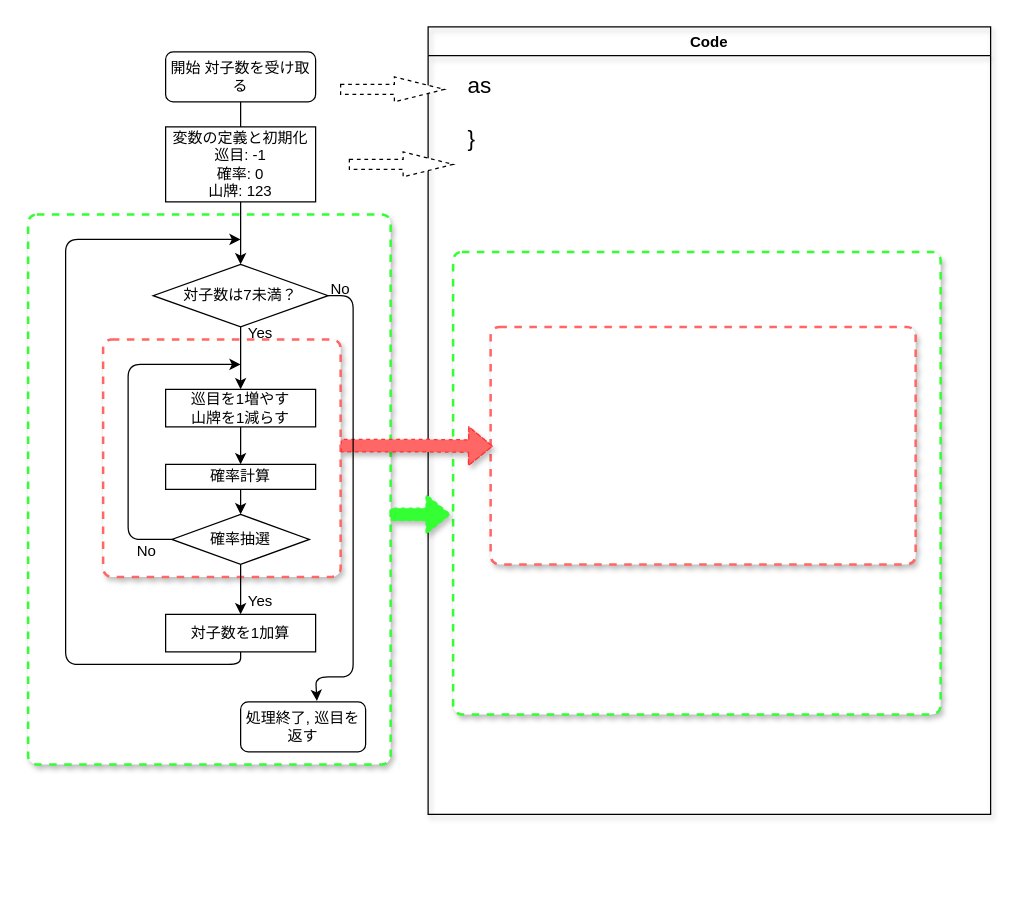
pokochanuwu/Math_IA_Codes keeps this draw.io diagram as Flow Chart for 4_Person.drawio. Above is the earlier version. Source tidied: cells renumbered, new cells numbered last; positions are measured from the earlier drawing's top-left corner, leaving out a move shared by most shapes. Both pictures are drawn from the tidied source at 125%, with x=0, y=0 at pixel (28, 26).
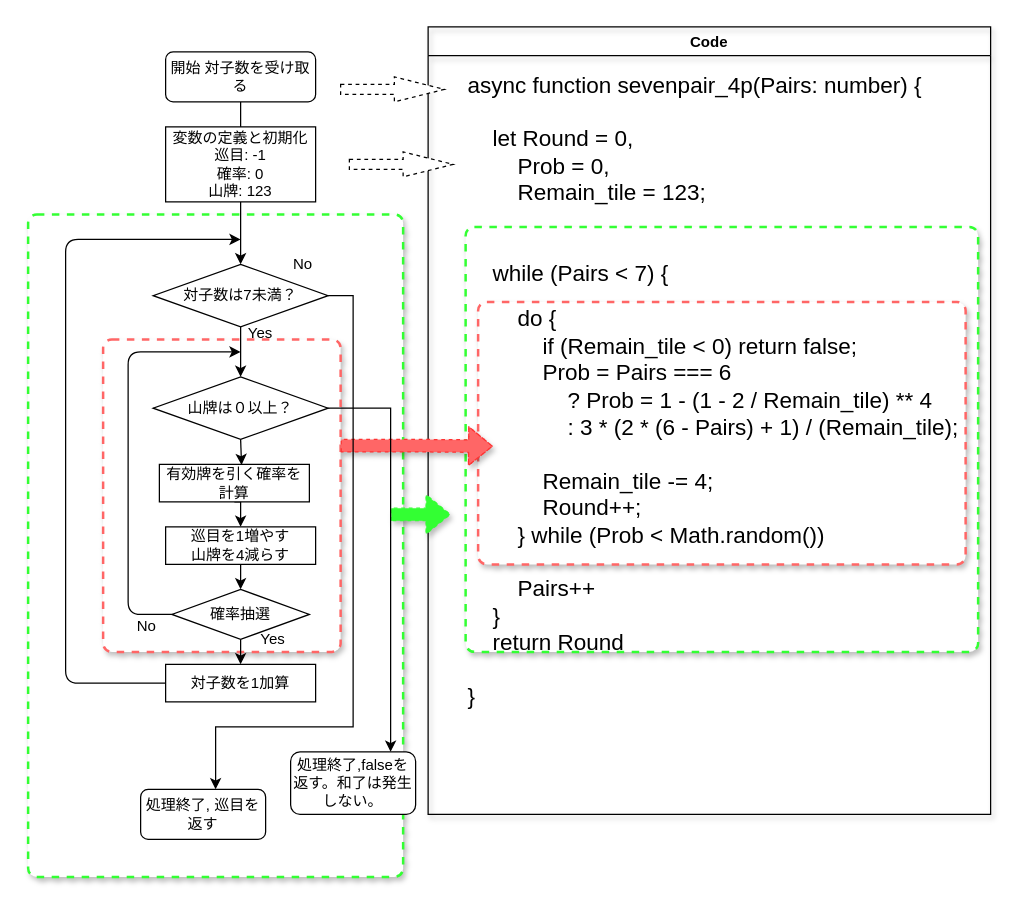
The same diagram, later.

Unchanged cells that the change refers to:
```xml
<mxCell id="3" value="Code" style="swimlane;shadow=1;fillColor=none;" parent="1" vertex="1">
  <mxGeometry x="320" width="450" height="630" as="geometry" />
</mxCell>
<mxCell id="19" value="対子数は7未満？" style="rhombus;whiteSpace=wrap;html=1;" parent="12" vertex="1">
  <mxGeometry x="100" y="190" width="140" height="50" as="geometry" />
</mxCell>
```

The edit, as a diff of the source:
```diff
@@
     <mxCell id="2" style="rounded=1;whiteSpace=wrap;html=1;absoluteArcSize=1;arcSize=14;strokeWidth=2;shadow=1;fillColor=#FFFFFF;strokeColor=#33FF33;dashed=1;" parent="1" vertex="1">
-      <mxGeometry x="340" y="180" width="390" height="370" as="geometry" />
+      <mxGeometry x="350" y="160" width="410" height="340" as="geometry" />
     </mxCell>
@@
     <mxCell id="4" style="rounded=1;whiteSpace=wrap;html=1;absoluteArcSize=1;arcSize=14;strokeWidth=2;shadow=1;fillColor=#FFFFFF;strokeColor=#FF6666;dashed=1;" parent="3" vertex="1">
-      <mxGeometry x="50" y="240" width="340" height="190" as="geometry" />
+      <mxGeometry x="40" y="220" width="390" height="210" as="geometry" />
     </mxCell>
-    <mxCell id="5" value="&lt;div&gt;&lt;div&gt;&lt;span style=&quot;font-size: 18px&quot;&gt;as&lt;/span&gt;&lt;/div&gt;&lt;div&gt;&lt;span style=&quot;font-size: 18px&quot;&gt;&lt;br&gt;&lt;/span&gt;&lt;/div&gt;&lt;div&gt;&lt;span style=&quot;font-size: 18px&quot;&gt;}&lt;/span&gt;&lt;/div&gt;&lt;/div&gt;" style="text;html=1;align=left;verticalAlign=top;strokeColor=none;fillColor=none;" parent="3" vertex="1">
-      <mxGeometry x="30" y="30" width="30" height="50" as="geometry" />
+    <mxCell id="5" value="&lt;div&gt;&lt;span style=&quot;font-size: 18px&quot;&gt;async function sevenpair_4p(Pairs: number) {&lt;/span&gt;&lt;/div&gt;&lt;div&gt;&lt;span style=&quot;font-size: 18px&quot;&gt;&lt;br&gt;&lt;/span&gt;&lt;/div&gt;&lt;div&gt;&lt;span style=&quot;font-size: 18px&quot;&gt;&amp;nbsp; &amp;nbsp; let Round = 0,&lt;/span&gt;&lt;/div&gt;&lt;div&gt;&lt;span style=&quot;font-size: 18px&quot;&gt;&amp;nbsp; &amp;nbsp; &amp;nbsp; &amp;nbsp; Prob = 0,&lt;/span&gt;&lt;/div&gt;&lt;div&gt;&lt;span style=&quot;font-size: 18px&quot;&gt;&amp;nbsp; &amp;nbsp; &amp;nbsp; &amp;nbsp; Remain_tile = 123;&amp;nbsp;&lt;/span&gt;&lt;/div&gt;&lt;div&gt;&lt;span style=&quot;font-size: 18px&quot;&gt;&amp;nbsp; &amp;nbsp;&amp;nbsp;&lt;/span&gt;&lt;/div&gt;&lt;div&gt;&lt;span style=&quot;font-size: 18px&quot;&gt;&lt;br&gt;&lt;/span&gt;&lt;/div&gt;&lt;div&gt;&lt;span style=&quot;font-size: 18px&quot;&gt;&amp;nbsp; &amp;nbsp; while (Pairs &amp;lt; 7) {&lt;/span&gt;&lt;/div&gt;&lt;div&gt;&lt;br&gt;&lt;/div&gt;&lt;div&gt;&lt;span style=&quot;font-size: 18px&quot;&gt;&amp;nbsp; &amp;nbsp; &amp;nbsp; &amp;nbsp; do {&lt;/span&gt;&lt;/div&gt;&lt;div&gt;&lt;span style=&quot;font-size: 18px&quot;&gt;&amp;nbsp; &amp;nbsp; &amp;nbsp; &amp;nbsp; &amp;nbsp; &amp;nbsp; if (Remain_tile &amp;lt; 0) return false;&lt;/span&gt;&lt;/div&gt;&lt;div&gt;&lt;span style=&quot;font-size: 18px&quot;&gt;&amp;nbsp; &amp;nbsp; &amp;nbsp; &amp;nbsp; &amp;nbsp; &amp;nbsp; Prob = Pairs === 6&lt;/span&gt;&lt;/div&gt;&lt;div&gt;&lt;span style=&quot;font-size: 18px&quot;&gt;&amp;nbsp; &amp;nbsp; &amp;nbsp; &amp;nbsp; &amp;nbsp; &amp;nbsp; &amp;nbsp; &amp;nbsp; ? Prob = 1 - (1 - 2 / Remain_tile) ** 4&lt;/span&gt;&lt;/div&gt;&lt;div&gt;&lt;span style=&quot;font-size: 18px&quot;&gt;&amp;nbsp; &amp;nbsp; &amp;nbsp; &amp;nbsp; &amp;nbsp; &amp;nbsp; &amp;nbsp; &amp;nbsp; : 3 * (2 * (6 - Pairs) + 1) / (Remain_tile);&lt;/span&gt;&lt;/div&gt;&lt;div&gt;&lt;span style=&quot;font-size: 18px&quot;&gt;&amp;nbsp; &amp;nbsp; &amp;nbsp; &amp;nbsp; &amp;nbsp; &amp;nbsp;&amp;nbsp;&lt;/span&gt;&lt;/div&gt;&lt;div&gt;&lt;span style=&quot;font-size: 18px&quot;&gt;&amp;nbsp; &amp;nbsp; &amp;nbsp; &amp;nbsp; &amp;nbsp; &amp;nbsp; Remain_tile -= 4;&amp;nbsp;&lt;/span&gt;&lt;/div&gt;&lt;div&gt;&lt;span style=&quot;font-size: 18px&quot;&gt;&amp;nbsp; &amp;nbsp; &amp;nbsp; &amp;nbsp; &amp;nbsp; &amp;nbsp; Round++;&amp;nbsp;&lt;/span&gt;&lt;/div&gt;&lt;div&gt;&lt;span style=&quot;font-size: 18px&quot;&gt;&amp;nbsp; &amp;nbsp; &amp;nbsp; &amp;nbsp; } while (Prob &amp;lt; Math.random())&lt;/span&gt;&lt;/div&gt;&lt;div&gt;&lt;span style=&quot;font-size: 18px&quot;&gt;&lt;br&gt;&lt;/span&gt;&lt;/div&gt;&lt;div&gt;&lt;span style=&quot;font-size: 18px&quot;&gt;&amp;nbsp; &amp;nbsp; &amp;nbsp; &amp;nbsp; Pairs++&lt;/span&gt;&lt;/div&gt;&lt;div&gt;&lt;span style=&quot;font-size: 18px&quot;&gt;&amp;nbsp; &amp;nbsp; }&amp;nbsp; &amp;nbsp;&amp;nbsp;&lt;/span&gt;&lt;/div&gt;&lt;div&gt;&lt;span style=&quot;font-size: 18px&quot;&gt;&amp;nbsp; &amp;nbsp; return Round&lt;/span&gt;&lt;/div&gt;&lt;div&gt;&lt;span style=&quot;font-size: 18px&quot;&gt;&lt;br&gt;&lt;/span&gt;&lt;/div&gt;&lt;div&gt;&lt;span style=&quot;font-size: 18px&quot;&gt;}&lt;/span&gt;&lt;/div&gt;" style="text;html=1;align=left;verticalAlign=top;strokeColor=none;fillColor=none;" parent="3" vertex="1">
+      <mxGeometry x="30" y="30" width="410" height="390" as="geometry" />
     </mxCell>
     <mxCell id="6" style="rounded=1;whiteSpace=wrap;html=1;absoluteArcSize=1;arcSize=14;strokeWidth=2;shadow=1;fillColor=#FFFFFF;strokeColor=#33FF33;dashed=1;" parent="1" vertex="1">
-      <mxGeometry y="150" width="290" height="440" as="geometry" />
+      <mxGeometry y="150" width="300" height="530" as="geometry" />
     </mxCell>
     <mxCell id="7" style="rounded=1;whiteSpace=wrap;html=1;absoluteArcSize=1;arcSize=14;strokeWidth=2;shadow=1;fillColor=#FFFFFF;strokeColor=#FF6666;dashed=1;" parent="1" vertex="1">
-      <mxGeometry x="60" y="250" width="190" height="190" as="geometry" />
+      <mxGeometry x="60" y="250" width="190" height="250" as="geometry" />
     </mxCell>
@@
-    <mxCell id="17" style="edgeStyle=orthogonalEdgeStyle;rounded=1;sketch=0;jettySize=auto;html=1;entryX=0.5;entryY=0;entryDx=0;entryDy=0;" parent="12" edge="1" source="19" target="24">
-      <mxGeometry relative="1" as="geometry" />
-    </mxCell>
-    <mxCell id="18" style="edgeStyle=orthogonalEdgeStyle;rounded=1;sketch=0;jettySize=auto;html=1;entryX=0.61;entryY=-0.019;entryDx=0;entryDy=0;exitX=1;exitY=0.5;exitDx=0;exitDy=0;entryPerimeter=0;" parent="12" edge="1" source="19" target="20">
-      <mxGeometry relative="1" as="geometry">
-        <Array as="points">
-          <mxPoint x="260" y="215" />
-          <mxPoint x="260" y="520" />
-          <mxPoint x="230" y="520" />
-          <mxPoint x="230" y="539" />
-        </Array>
-      </mxGeometry>
-    </mxCell>
+    <mxCell id="34" style="edgeStyle=orthogonalEdgeStyle;rounded=0;jettySize=auto;html=1;" parent="12" edge="1" source="19" target="40">
+      <mxGeometry relative="1" as="geometry" />
+    </mxCell>
+    <mxCell id="35" style="edgeStyle=orthogonalEdgeStyle;rounded=0;jettySize=auto;html=1;exitX=1;exitY=0.5;exitDx=0;exitDy=0;" parent="12" edge="1" source="19">
+      <mxGeometry relative="1" as="geometry">
+        <mxPoint x="150" y="610" as="targetPoint" />
+        <Array as="points">
+          <mxPoint x="260" y="215" />
+          <mxPoint x="260" y="560" />
+          <mxPoint x="150" y="560" />
+        </Array>
+      </mxGeometry>
+    </mxCell>
@@
     <mxCell id="20" value="処理終了, 巡目を返す" style="rounded=1;whiteSpace=wrap;html=1;sketch=0;" parent="12" vertex="1">
-      <mxGeometry x="170" y="540" width="100" height="40" as="geometry" />
+      <mxGeometry x="90" y="610" width="100" height="40" as="geometry" />
     </mxCell>
-    <mxCell id="21" style="edgeStyle=orthogonalEdgeStyle;rounded=1;sketch=0;jettySize=auto;html=1;entryX=0.5;entryY=0;entryDx=0;entryDy=0;" parent="12" edge="1" source="22" target="27">
-      <mxGeometry relative="1" as="geometry">
-        <Array as="points">
-          <mxPoint x="170" y="360" />
-          <mxPoint x="170" y="360" />
-        </Array>
-      </mxGeometry>
-    </mxCell>
+    <mxCell id="36" style="edgeStyle=orthogonalEdgeStyle;rounded=0;jettySize=auto;html=1;exitX=0.5;exitY=1;exitDx=0;exitDy=0;entryX=0.5;entryY=0;entryDx=0;entryDy=0;" parent="12" edge="1" source="22" target="24">
+      <mxGeometry relative="1" as="geometry" />
+    </mxCell>
-    <mxCell id="22" value="確率計算" style="rounded=0;whiteSpace=wrap;html=1;sketch=0;" parent="12" vertex="1">
-      <mxGeometry x="110" y="350" width="120" height="20" as="geometry" />
+    <mxCell id="22" value="有効牌を引く確率を計算" style="rounded=0;whiteSpace=wrap;html=1;sketch=0;" parent="12" vertex="1">
+      <mxGeometry x="105" y="350" width="120" height="30" as="geometry" />
     </mxCell>
-    <mxCell id="23" style="edgeStyle=orthogonalEdgeStyle;rounded=1;sketch=0;jettySize=auto;html=1;exitX=0.5;exitY=1;exitDx=0;exitDy=0;entryX=0.5;entryY=0;entryDx=0;entryDy=0;" parent="12" edge="1" source="24" target="22">
-      <mxGeometry relative="1" as="geometry" />
-    </mxCell>
+    <mxCell id="37" style="edgeStyle=orthogonalEdgeStyle;rounded=0;jettySize=auto;html=1;exitX=0.5;exitY=1;exitDx=0;exitDy=0;entryX=0.5;entryY=0;entryDx=0;entryDy=0;" parent="12" edge="1" source="24" target="27">
+      <mxGeometry relative="1" as="geometry" />
+    </mxCell>
-    <mxCell id="24" value="巡目を1増やす&lt;br&gt;山牌を1減らす" style="rounded=0;whiteSpace=wrap;html=1;sketch=0;" parent="12" vertex="1">
-      <mxGeometry x="110" y="290" width="120" height="30" as="geometry" />
+    <mxCell id="24" value="巡目を1増やす&lt;br&gt;山牌を4減らす" style="rounded=0;whiteSpace=wrap;html=1;sketch=0;" parent="12" vertex="1">
+      <mxGeometry x="110" y="400" width="120" height="30" as="geometry" />
     </mxCell>
@@
     <mxCell id="26" style="edgeStyle=orthogonalEdgeStyle;rounded=1;sketch=0;jettySize=auto;html=1;exitX=0;exitY=0.5;exitDx=0;exitDy=0;" parent="12" edge="1" source="27">
       <mxGeometry relative="1" as="geometry">
-        <mxPoint x="170" y="270" as="targetPoint" />
+        <mxPoint x="170" y="260" as="targetPoint" />
         <Array as="points">
-          <mxPoint x="80" y="410" />
-          <mxPoint x="80" y="270" />
-          <mxPoint x="170" y="270" />
+          <mxPoint x="80" y="470" />
+          <mxPoint x="80" y="260" />
         </Array>
       </mxGeometry>
     </mxCell>
     <mxCell id="27" value="確率抽選" style="rhombus;whiteSpace=wrap;html=1;rounded=0;sketch=0;" parent="12" vertex="1">
-      <mxGeometry x="115" y="390" width="110" height="40" as="geometry" />
+      <mxGeometry x="115" y="450" width="110" height="40" as="geometry" />
     </mxCell>
     <mxCell id="28" style="edgeStyle=orthogonalEdgeStyle;rounded=1;sketch=0;jettySize=auto;html=1;exitX=0.5;exitY=1;exitDx=0;exitDy=0;" parent="12" edge="1" source="29">
       <mxGeometry relative="1" as="geometry">
         <mxPoint x="170" y="170" as="targetPoint" />
         <Array as="points">
-          <mxPoint x="170" y="510" />
-          <mxPoint x="30" y="510" />
+          <mxPoint x="170" y="525" />
+          <mxPoint x="30" y="525" />
           <mxPoint x="30" y="170" />
         </Array>
       </mxGeometry>
     </mxCell>
     <mxCell id="29" value="対子数を1加算" style="whiteSpace=wrap;html=1;rounded=0;sketch=0;" parent="12" vertex="1">
-      <mxGeometry x="110" y="470" width="120" height="30" as="geometry" />
+      <mxGeometry x="110" y="510" width="120" height="30" as="geometry" />
     </mxCell>
     <mxCell id="30" value="No" style="text;html=1;strokeColor=none;fillColor=none;align=center;verticalAlign=middle;whiteSpace=wrap;rounded=0;sketch=0;" parent="12" vertex="1">
-      <mxGeometry x="230" y="200" width="40" height="20" as="geometry" />
+      <mxGeometry x="200" y="180" width="40" height="20" as="geometry" />
     </mxCell>
     <mxCell id="31" value="No" style="text;html=1;strokeColor=none;fillColor=none;align=center;verticalAlign=middle;whiteSpace=wrap;rounded=0;sketch=0;" parent="12" vertex="1">
-      <mxGeometry x="75" y="410" width="40" height="20" as="geometry" />
+      <mxGeometry x="75" y="470" width="40" height="20" as="geometry" />
     </mxCell>
@@
     <mxCell id="33" value="　Yes" style="text;html=1;strokeColor=none;fillColor=none;align=center;verticalAlign=middle;whiteSpace=wrap;rounded=0;sketch=0;" parent="12" vertex="1">
-      <mxGeometry x="160" y="450" width="40" height="20" as="geometry" />
+      <mxGeometry x="170" y="480" width="40" height="20" as="geometry" />
     </mxCell>
+    <mxCell id="38" style="edgeStyle=orthogonalEdgeStyle;rounded=0;jettySize=auto;html=1;exitX=0.5;exitY=1;exitDx=0;exitDy=0;entryX=0.548;entryY=0.017;entryDx=0;entryDy=0;entryPerimeter=0;" parent="12" edge="1" source="40" target="22">
+      <mxGeometry relative="1" as="geometry" />
+    </mxCell>
+    <mxCell id="39" style="edgeStyle=orthogonalEdgeStyle;rounded=0;jettySize=auto;html=1;exitX=1;exitY=0.5;exitDx=0;exitDy=0;" parent="12" edge="1" source="40">
+      <mxGeometry relative="1" as="geometry">
+        <mxPoint x="290" y="580" as="targetPoint" />
+        <Array as="points">
+          <mxPoint x="290" y="305" />
+          <mxPoint x="290" y="580" />
+        </Array>
+      </mxGeometry>
+    </mxCell>
+    <mxCell id="40" value="山牌は０以上？" style="rhombus;whiteSpace=wrap;html=1;" parent="12" vertex="1">
+      <mxGeometry x="100" y="280" width="140" height="50" as="geometry" />
+    </mxCell>
+    <mxCell id="41" value="処理終了,falseを返す。和了は発生しない。" style="rounded=1;whiteSpace=wrap;html=1;sketch=0;" parent="12" vertex="1">
+      <mxGeometry x="210" y="580" width="100" height="50" as="geometry" />
+    </mxCell>
```
